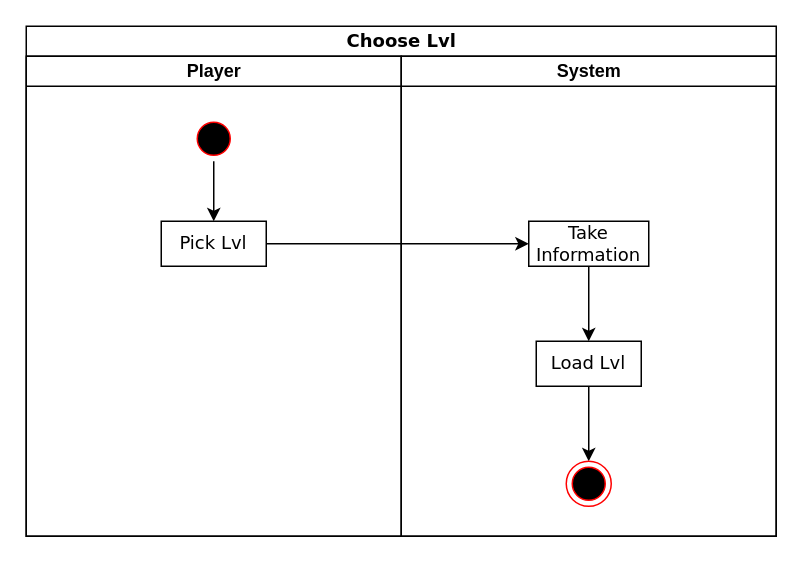
johannfac/A-Lone-Burglar keeps this draw.io diagram as Choose Lvl.drawio. Above is the earlier version. Source tidied: cells renumbered, new cells numbered last; positions are measured from the earlier drawing's top-left corner, leaving out a move shared by most shapes. Both pictures are drawn from the tidied source at 150%, with x=0, y=0 at pixel (26, 26).
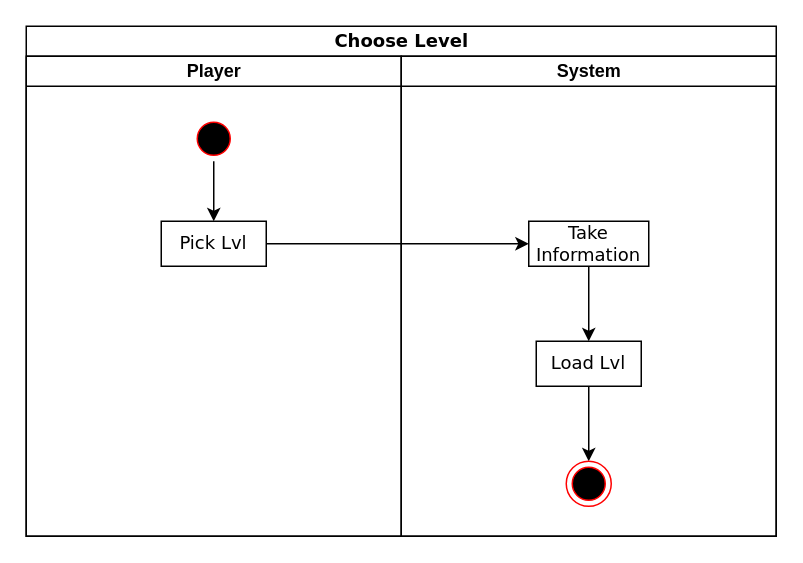
Above is the later version.

Diff of the diagram source:
```diff
@@
 <mxGraphModel>
   <root>
     <mxCell id="0" />
     <mxCell id="1" parent="0" />
-    <mxCell id="2" value="Choose Lvl" style="swimlane;html=1;startSize=20;rounded=0;shadow=0;comic=0;labelBackgroundColor=none;strokeWidth=1;fontFamily=Verdana;fontSize=12;align=center;" parent="1" vertex="1">
+    <mxCell id="2" value="Choose Level" style="swimlane;html=1;startSize=20;rounded=0;shadow=0;comic=0;labelBackgroundColor=none;strokeWidth=1;fontFamily=Verdana;fontSize=12;align=center;" parent="1" vertex="1">
       <mxGeometry width="500" height="340" as="geometry" />
     </mxCell>
     <mxCell id="3" value="Player" style="swimlane;html=1;startSize=20;" parent="2" vertex="1">
       <mxGeometry y="20" width="250" height="320" as="geometry" />
     </mxCell>
     <mxCell id="4" style="edgeStyle=orthogonalEdgeStyle;rounded=0;jettySize=auto;html=1;" parent="3" edge="1" source="5" target="6">
       <mxGeometry relative="1" as="geometry" />
     </mxCell>
     <mxCell id="5" style="ellipse;html=1;shape=startState;fillColor=#000000;strokeColor=#ff0000;" parent="3" vertex="1">
       <mxGeometry x="110" y="40" width="30" height="30" as="geometry" />
     </mxCell>
     <mxCell id="6" value="Pick Lvl" style="rounded=0;whiteSpace=wrap;html=1;shadow=0;comic=0;labelBackgroundColor=none;strokeWidth=1;fontFamily=Verdana;fontSize=12;align=center;arcSize=50;" parent="3" vertex="1">
       <mxGeometry x="90" y="110" width="70" height="30" as="geometry" />
     </mxCell>
     <mxCell id="7" value="System" style="swimlane;html=1;startSize=20;" parent="2" vertex="1">
       <mxGeometry x="250" y="20" width="250" height="320" as="geometry" />
     </mxCell>
     <mxCell id="8" style="edgeStyle=orthogonalEdgeStyle;rounded=0;jettySize=auto;html=1;exitX=0.5;exitY=1;exitDx=0;exitDy=0;entryX=0.5;entryY=0;entryDx=0;entryDy=0;" parent="7" edge="1" source="9" target="11">
       <mxGeometry relative="1" as="geometry" />
     </mxCell>
     <mxCell id="9" value="Take Information" style="rounded=0;whiteSpace=wrap;html=1;shadow=0;comic=0;labelBackgroundColor=none;strokeWidth=1;fontFamily=Verdana;fontSize=12;align=center;arcSize=50;" parent="7" vertex="1">
       <mxGeometry x="85" y="110" width="80" height="30" as="geometry" />
     </mxCell>
     <mxCell id="10" style="edgeStyle=orthogonalEdgeStyle;rounded=0;jettySize=auto;html=1;exitX=0.5;exitY=1;exitDx=0;exitDy=0;entryX=0.5;entryY=0;entryDx=0;entryDy=0;" parent="7" edge="1" source="11" target="12">
       <mxGeometry relative="1" as="geometry" />
     </mxCell>
     <mxCell id="11" value="Load Lvl" style="rounded=0;whiteSpace=wrap;html=1;shadow=0;comic=0;labelBackgroundColor=none;strokeWidth=1;fontFamily=Verdana;fontSize=12;align=center;arcSize=50;" parent="7" vertex="1">
       <mxGeometry x="90" y="190" width="70" height="30" as="geometry" />
     </mxCell>
     <mxCell id="12" style="ellipse;html=1;shape=endState;fillColor=#000000;strokeColor=#ff0000;" parent="7" vertex="1">
       <mxGeometry x="110" y="270" width="30" height="30" as="geometry" />
     </mxCell>
     <mxCell id="13" style="edgeStyle=orthogonalEdgeStyle;rounded=0;jettySize=auto;html=1;exitX=1;exitY=0.5;exitDx=0;exitDy=0;entryX=0;entryY=0.5;entryDx=0;entryDy=0;" parent="2" edge="1" source="6" target="9">
       <mxGeometry relative="1" as="geometry" />
     </mxCell>
   </root>
 </mxGraphModel>
```
